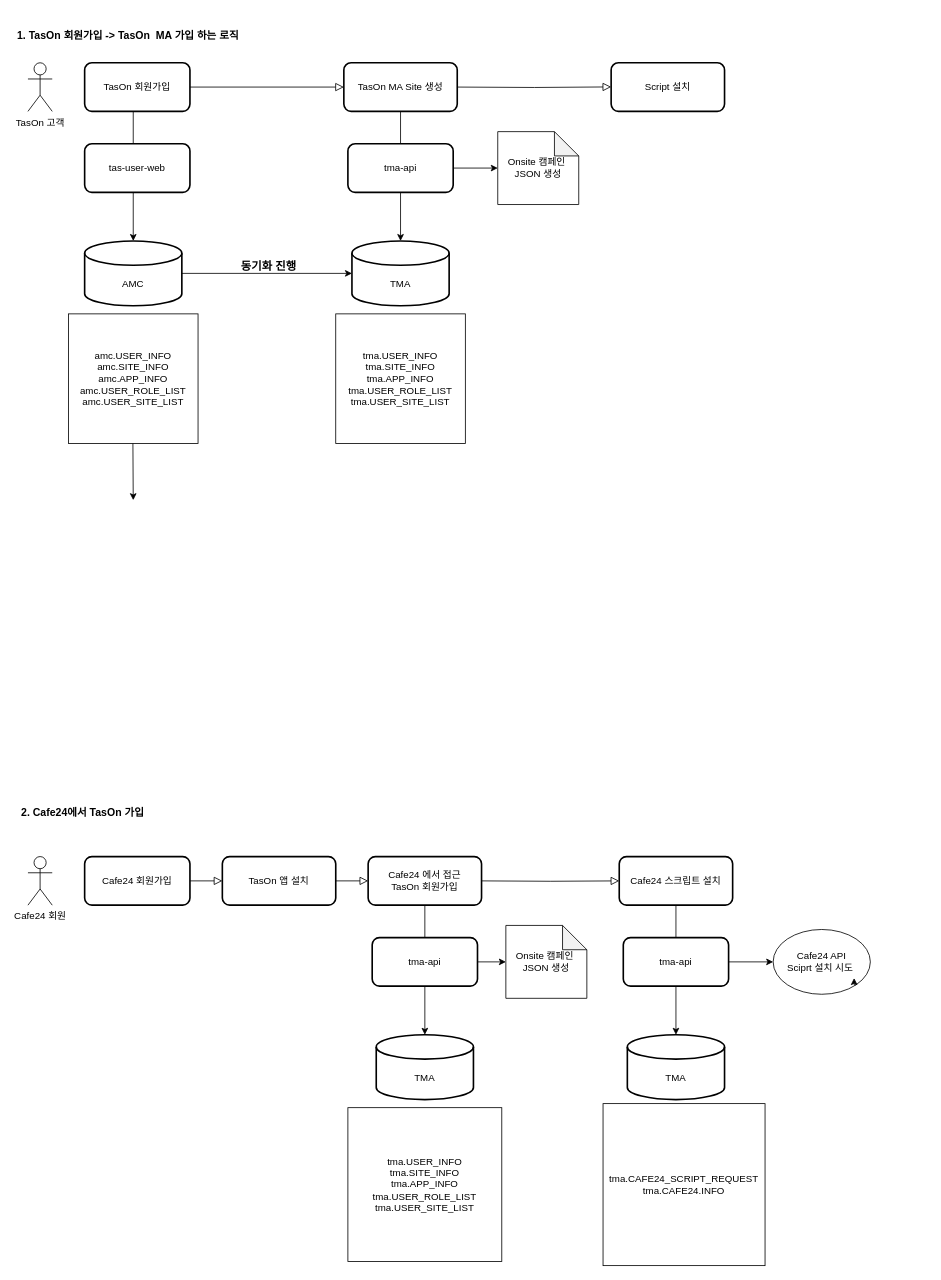
jaero0725/draw_io keeps this draw.io diagram as Tason회원가입.drawio. Above is the earlier version. Source tidied: cells renumbered, new cells numbered last; positions are measured from the earlier drawing's top-left corner, leaving out a move shared by most shapes. Both pictures are drawn from the tidied source at 81%, with x=0, y=0 at pixel (15, 22).
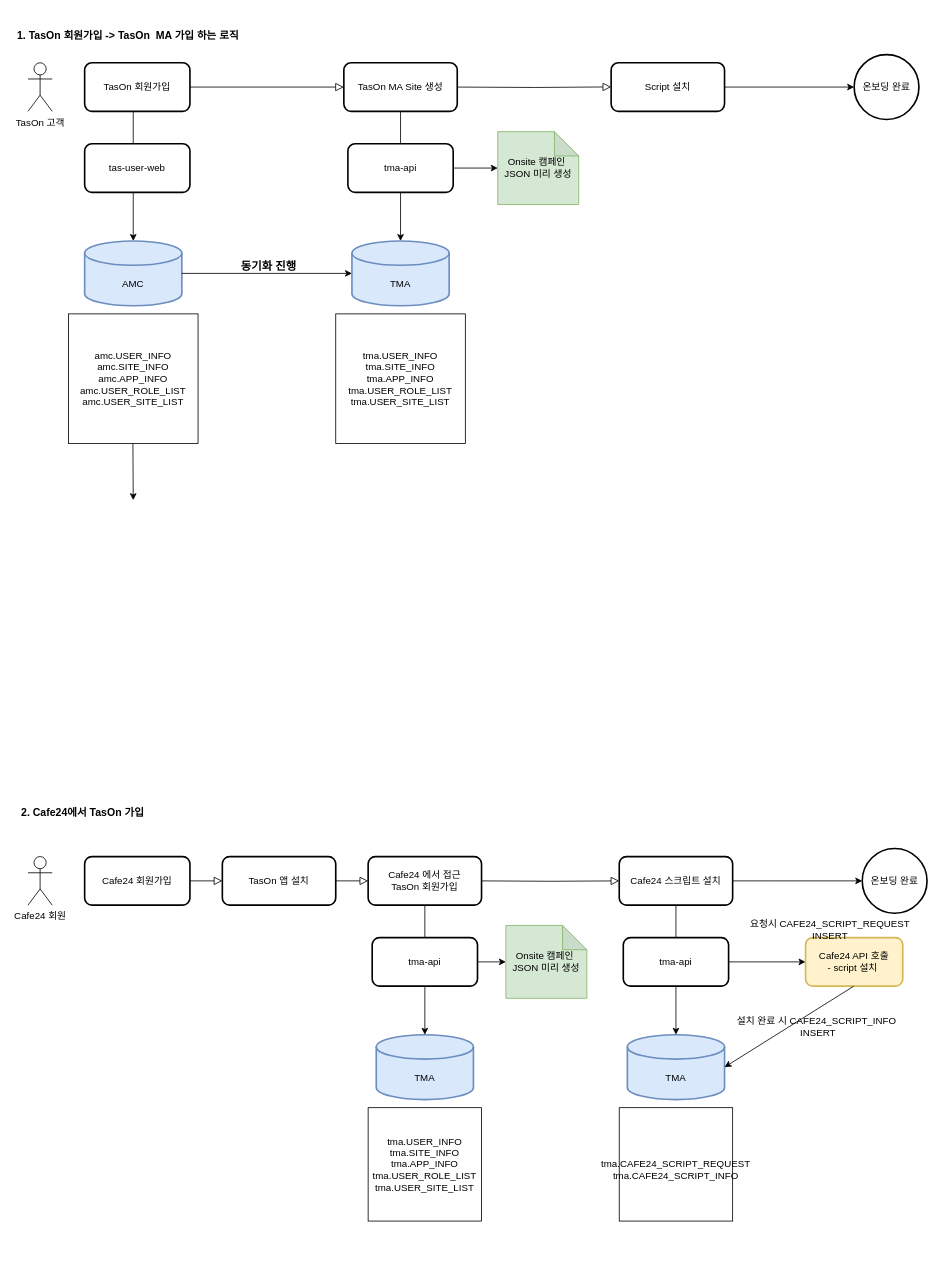
After the change.

Commit message (it also covers changes not shown here):
Tason회원가입.drawio 업데이트

Unchanged cells that the change refers to:
```xml
<mxCell id="34" value="Cafe24 스크립트 설치" style="rounded=1;whiteSpace=wrap;html=1;fontSize=12;glass=0;strokeWidth=2;shadow=0;labelBackgroundColor=none;" parent="1" vertex="1">
  <mxGeometry x="745" y="1030" width="140" height="60" as="geometry" />
</mxCell>
<mxCell id="35" value="Script 설치" style="rounded=1;whiteSpace=wrap;html=1;fontSize=12;glass=0;strokeWidth=2;shadow=0;labelBackgroundColor=none;" parent="1" vertex="1">
  <mxGeometry x="735" y="50" width="140" height="60" as="geometry" />
</mxCell>
<mxCell id="39" value="tma-api" style="rounded=1;whiteSpace=wrap;html=1;strokeWidth=2;labelBackgroundColor=none;" parent="1" vertex="1">
  <mxGeometry x="750" y="1130" width="130" height="60" as="geometry" />
</mxCell>
```

Change to the diagram source:
```diff
@@
-    <mxCell id="7" value="AMC" style="shape=cylinder3;whiteSpace=wrap;html=1;boundedLbl=1;backgroundOutline=1;size=15;strokeWidth=2;labelBackgroundColor=none;" parent="1" vertex="1">
+    <mxCell id="7" value="AMC" style="shape=cylinder3;whiteSpace=wrap;html=1;boundedLbl=1;backgroundOutline=1;size=15;strokeWidth=2;labelBackgroundColor=none;fillColor=#dae8fc;strokeColor=#6c8ebf;" parent="1" vertex="1">
       <mxGeometry x="85" y="270" width="120" height="80" as="geometry" />
     </mxCell>
@@
-    <mxCell id="9" value="TMA" style="shape=cylinder3;whiteSpace=wrap;html=1;boundedLbl=1;backgroundOutline=1;size=15;strokeWidth=2;labelBackgroundColor=none;" parent="1" vertex="1">
+    <mxCell id="9" value="TMA" style="shape=cylinder3;whiteSpace=wrap;html=1;boundedLbl=1;backgroundOutline=1;size=15;strokeWidth=2;labelBackgroundColor=none;fillColor=#dae8fc;strokeColor=#6c8ebf;" parent="1" vertex="1">
       <mxGeometry x="415" y="270" width="120" height="80" as="geometry" />
     </mxCell>
@@
-    <mxCell id="17" value="Onsite 캠페인&amp;nbsp;&lt;br&gt;JSON 생성" style="shape=note;whiteSpace=wrap;html=1;backgroundOutline=1;darkOpacity=0.05;labelBackgroundColor=none;" parent="1" vertex="1">
+    <mxCell id="17" value="Onsite 캠페인&amp;nbsp;&lt;br&gt;JSON 미리 생성" style="shape=note;whiteSpace=wrap;html=1;backgroundOutline=1;darkOpacity=0.05;labelBackgroundColor=none;fillColor=#d5e8d4;strokeColor=#82b366;" parent="1" vertex="1">
       <mxGeometry x="595" y="135" width="100" height="90" as="geometry" />
     </mxCell>
@@
-    <mxCell id="28" value="TMA" style="shape=cylinder3;whiteSpace=wrap;html=1;boundedLbl=1;backgroundOutline=1;size=15;strokeWidth=2;labelBackgroundColor=none;" parent="1" vertex="1">
+    <mxCell id="28" value="TMA" style="shape=cylinder3;whiteSpace=wrap;html=1;boundedLbl=1;backgroundOutline=1;size=15;strokeWidth=2;labelBackgroundColor=none;fillColor=#dae8fc;strokeColor=#6c8ebf;" parent="1" vertex="1">
       <mxGeometry x="445" y="1250" width="120" height="80" as="geometry" />
     </mxCell>
@@
     <mxCell id="30" value="tma.USER_INFO&#10;tma.SITE_INFO&#10;tma.APP_INFO&#10;tma.USER_ROLE_LIST&#10;tma.USER_SITE_LIST" style="whiteSpace=wrap;html=1;labelBackgroundColor=none;" parent="1" vertex="1">
-      <mxGeometry x="410" y="1340" width="190" height="190" as="geometry" />
+      <mxGeometry x="435" y="1340" width="140" height="140" as="geometry" />
     </mxCell>
@@
-    <mxCell id="32" value="Onsite 캠페인&amp;nbsp;&lt;br&gt;JSON 생성" style="shape=note;whiteSpace=wrap;html=1;backgroundOutline=1;darkOpacity=0.05;labelBackgroundColor=none;" parent="1" vertex="1">
+    <mxCell id="32" value="Onsite 캠페인&amp;nbsp;&lt;br&gt;JSON 미리 생성" style="shape=note;whiteSpace=wrap;html=1;backgroundOutline=1;darkOpacity=0.05;labelBackgroundColor=none;fillColor=#d5e8d4;strokeColor=#82b366;" parent="1" vertex="1">
       <mxGeometry x="605" y="1115" width="100" height="90" as="geometry" />
     </mxCell>
@@
+    <mxCell id="44" style="edgeStyle=orthogonalEdgeStyle;rounded=0;jettySize=auto;html=1;" parent="1" edge="1" source="34" target="50">
+      <mxGeometry relative="1" as="geometry">
+        <Array as="points">
+          <mxPoint x="935" y="1060" />
+          <mxPoint x="935" y="1060" />
+        </Array>
+      </mxGeometry>
+    </mxCell>
@@
-    <mxCell id="38" value="TMA" style="shape=cylinder3;whiteSpace=wrap;html=1;boundedLbl=1;backgroundOutline=1;size=15;strokeWidth=2;labelBackgroundColor=none;" parent="1" vertex="1">
+    <mxCell id="38" value="TMA" style="shape=cylinder3;whiteSpace=wrap;html=1;boundedLbl=1;backgroundOutline=1;size=15;strokeWidth=2;labelBackgroundColor=none;fillColor=#dae8fc;strokeColor=#6c8ebf;" parent="1" vertex="1">
       <mxGeometry x="755" y="1250" width="120" height="80" as="geometry" />
     </mxCell>
@@
-    <mxCell id="40" value="tma.CAFE24_SCRIPT_REQUEST&lt;br&gt;tma.CAFE24.INFO" style="whiteSpace=wrap;html=1;labelBackgroundColor=none;" parent="1" vertex="1">
-      <mxGeometry x="725" y="1335" width="200" height="200" as="geometry" />
-    </mxCell>
-    <mxCell id="41" value="Cafe24 API&lt;br&gt;Sciprt 설치 시도&amp;nbsp;" style="ellipse;whiteSpace=wrap;html=1;" parent="1" vertex="1">
-      <mxGeometry x="935" y="1120" width="120" height="80" as="geometry" />
-    </mxCell>
-    <mxCell id="42" style="endArrow=classic;html=1;rounded=0;entryX=0;entryY=0.5;entryDx=0;entryDy=0;exitX=1;exitY=0.5;exitDx=0;exitDy=0;" parent="1" edge="1" source="39" target="41">
+    <mxCell id="42" style="endArrow=classic;html=1;rounded=0;entryX=0;entryY=0.5;entryDx=0;entryDy=0;exitX=1;exitY=0.5;exitDx=0;exitDy=0;" parent="1" edge="1" source="39" target="45">
       <mxGeometry relative="1" as="geometry" />
     </mxCell>
-    <mxCell id="43" style="edgeStyle=orthogonalEdgeStyle;rounded=0;orthogonalLoop=1;jettySize=auto;html=1;exitX=1;exitY=1;exitDx=0;exitDy=0;entryX=0.833;entryY=0.75;entryDx=0;entryDy=0;entryPerimeter=0;" parent="1" edge="1" source="41" target="41">
-      <mxGeometry relative="1" as="geometry" />
-    </mxCell>
+    <mxCell id="45" value="Cafe24 API 호출&lt;br&gt;- script 설치&amp;nbsp;" style="rounded=1;whiteSpace=wrap;html=1;strokeWidth=2;fillColor=#fff2cc;strokeColor=#d6b656;" parent="1" vertex="1">
+      <mxGeometry x="975" y="1130" width="120" height="60" as="geometry" />
+    </mxCell>
+    <mxCell id="46" style="endArrow=classic;html=1;rounded=0;labelBackgroundColor=none;fontColor=default;entryX=0.5;entryY=0;entryDx=0;entryDy=0;entryPerimeter=0;" parent="1" edge="1">
+      <mxGeometry relative="1" as="geometry">
+        <mxPoint x="1034.5" y="1190" as="sourcePoint" />
+        <mxPoint x="875" y="1290" as="targetPoint" />
+      </mxGeometry>
+    </mxCell>
+    <mxCell id="47" value="&lt;br&gt;&lt;div style=&quot;border-color: var(--border-color); text-align: left;&quot;&gt;tma.CAFE24_SCRIPT_REQUEST&lt;/div&gt;&lt;span style=&quot;border-color: var(--border-color);&quot;&gt;tma.CAFE24_SCRIPT_INFO&lt;/span&gt;" style="whiteSpace=wrap;html=1;labelBackgroundColor=none;" parent="1" vertex="1">
+      <mxGeometry x="745" y="1340" width="140" height="140" as="geometry" />
+    </mxCell>
+    <mxCell id="48" value="요청시 CAFE24_SCRIPT_REQUEST&lt;br&gt;INSERT" style="text;html=1;align=center;verticalAlign=middle;strokeColor=none;fillColor=none;" parent="1" vertex="1">
+      <mxGeometry x="895" y="1100" width="220" height="40" as="geometry" />
+    </mxCell>
+    <mxCell id="49" value="설치 완료 시 CAFE24_SCRIPT_INFO&amp;nbsp;&lt;br&gt;INSERT" style="text;html=1;align=center;verticalAlign=middle;strokeColor=none;fillColor=none;" parent="1" vertex="1">
+      <mxGeometry x="875" y="1220" width="230" height="40" as="geometry" />
+    </mxCell>
+    <mxCell id="50" value="온보딩 완료" style="ellipse;whiteSpace=wrap;html=1;rounded=1;glass=0;strokeWidth=2;shadow=0;labelBackgroundColor=none;" parent="1" vertex="1">
+      <mxGeometry x="1045" y="1020" width="80" height="80" as="geometry" />
+    </mxCell>
+    <mxCell id="51" style="edgeStyle=orthogonalEdgeStyle;rounded=0;jettySize=auto;html=1;exitX=1;exitY=0.5;exitDx=0;exitDy=0;" parent="1" edge="1" source="35" target="52">
+      <mxGeometry relative="1" as="geometry" />
+    </mxCell>
+    <mxCell id="52" value="온보딩 완료" style="ellipse;whiteSpace=wrap;html=1;rounded=1;glass=0;strokeWidth=2;shadow=0;labelBackgroundColor=none;" parent="1" vertex="1">
+      <mxGeometry x="1035" y="40" width="80" height="80" as="geometry" />
+    </mxCell>
```
